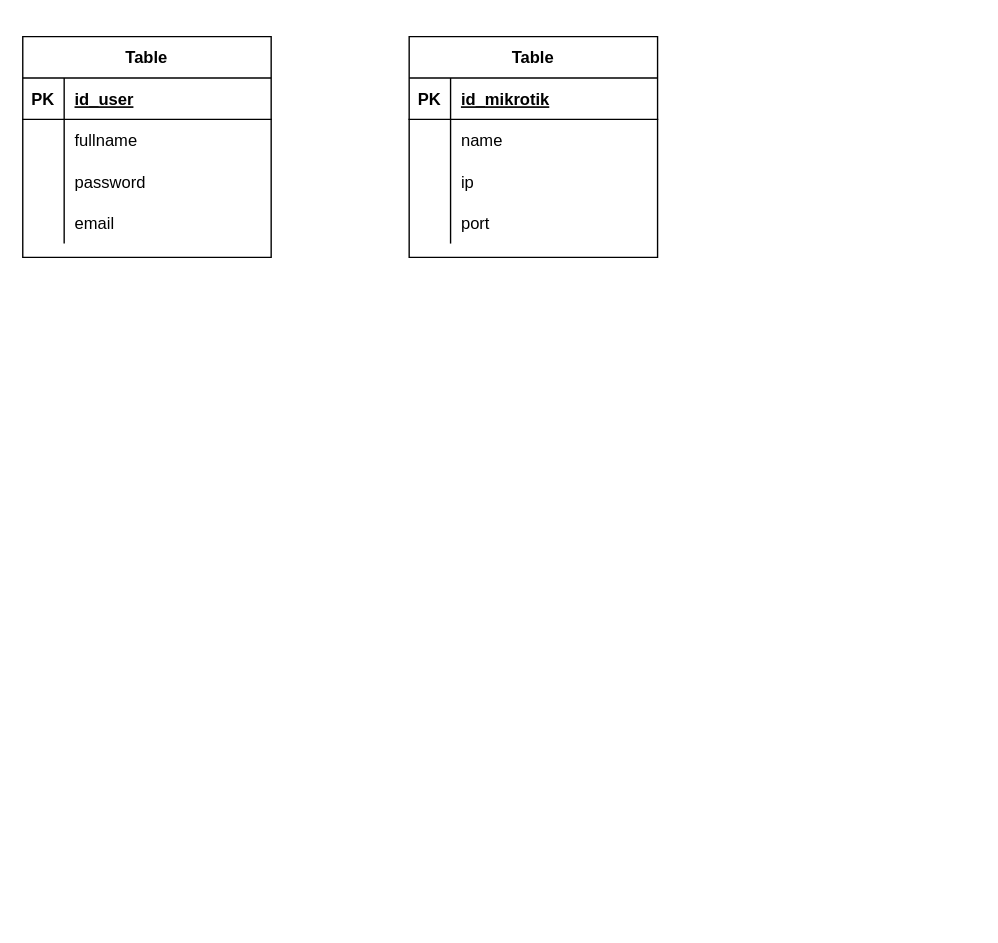
Above: Untitled Diagram.drawio in ajisetiaji101/learn_html (draw.io), before the change. Source tidied: cells renumbered, new cells numbered last; positions are measured from the earlier drawing's top-left corner, leaving out a move shared by most shapes. Both pictures are drawn from the tidied source at 138%, with x=0, y=0 at pixel (22, 36).
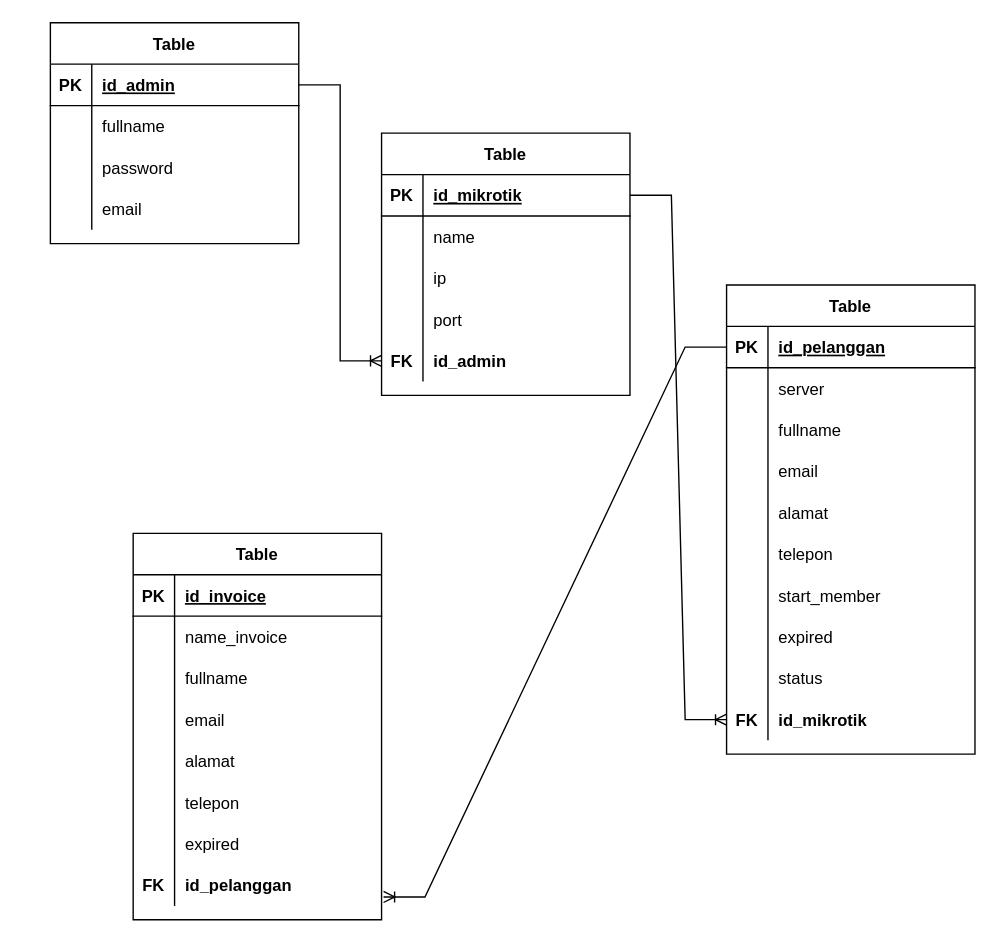
After the change.

Unchanged cells that the change refers to:
```xml
<mxCell id="3" style="shape=tableRow;horizontal=0;startSize=0;swimlaneHead=0;swimlaneBody=0;fillColor=none;points=[[0,0.5],[1,0.5]];portConstraint=eastwest;top=0;left=0;right=0;bottom=1;" parent="2" vertex="1">
  <mxGeometry y="30" width="180" height="30" as="geometry" />
</mxCell>
<mxCell id="16" style="shape=tableRow;horizontal=0;startSize=0;swimlaneHead=0;swimlaneBody=0;fillColor=none;points=[[0,0.5],[1,0.5]];portConstraint=eastwest;top=0;left=0;right=0;bottom=1;" parent="15" vertex="1">
  <mxGeometry y="30" width="180" height="30" as="geometry" />
</mxCell>
```

What changed in the source:
```diff
@@
     <mxCell id="2" value="Table" style="shape=table;startSize=30;childLayout=tableLayout;rowLines=0;fontStyle=1;align=center;" parent="1" vertex="1">
-      <mxGeometry width="180" height="160" as="geometry" />
+      <mxGeometry x="20" y="-10" width="180" height="160" as="geometry" />
     </mxCell>
@@
-    <mxCell id="5" value="id_user" style="shape=partialRectangle;fillColor=none;top=0;left=0;bottom=0;right=0;align=left;spacingLeft=6;fontStyle=5;overflow=hidden;" parent="3" vertex="1">
+    <mxCell id="5" value="id_admin" style="shape=partialRectangle;fillColor=none;top=0;left=0;bottom=0;right=0;align=left;spacingLeft=6;fontStyle=5;overflow=hidden;" parent="3" vertex="1">
       <mxGeometry x="30" width="150" height="30" as="geometry" />
     </mxCell>
@@
     <mxCell id="15" value="Table" style="shape=table;startSize=30;childLayout=tableLayout;rowLines=0;fontStyle=1;align=center;" parent="1" vertex="1">
-      <mxGeometry x="280" width="180" height="160" as="geometry" />
+      <mxGeometry x="260" y="70" width="180" height="190" as="geometry" />
     </mxCell>
@@
+    <mxCell id="28" style="shape=tableRow;horizontal=0;startSize=0;swimlaneHead=0;swimlaneBody=0;fillColor=none;points=[[0,0.5],[1,0.5]];portConstraint=eastwest;top=0;left=0;right=0;bottom=0;" parent="15" vertex="1">
+      <mxGeometry y="150" width="180" height="30" as="geometry" />
+    </mxCell>
+    <mxCell id="29" value="FK" style="shape=partialRectangle;fillColor=none;top=0;left=0;bottom=0;right=0;overflow=hidden;fontStyle=1;" parent="28" vertex="1">
+      <mxGeometry width="30" height="30" as="geometry" />
+    </mxCell>
+    <mxCell id="30" value="id_admin" style="shape=partialRectangle;fillColor=none;top=0;left=0;bottom=0;right=0;align=left;spacingLeft=6;overflow=hidden;fontStyle=1;" parent="28" vertex="1">
+      <mxGeometry x="30" width="150" height="30" as="geometry" />
+    </mxCell>
+    <mxCell id="31" style="edgeStyle=entityRelationEdgeStyle;fontSize=12;html=1;endArrow=ERoneToMany;rounded=0;entryX=0;entryY=0.5;entryDx=0;entryDy=0;exitX=1;exitY=0.5;exitDx=0;exitDy=0;" parent="1" edge="1" source="3" target="28">
+      <mxGeometry relative="1" as="geometry" />
+    </mxCell>
+    <mxCell id="32" value="Table" style="shape=table;startSize=30;childLayout=tableLayout;rowLines=0;fontStyle=1;align=center;" parent="1" vertex="1">
+      <mxGeometry x="510" y="180" width="180" height="340" as="geometry" />
+    </mxCell>
+    <mxCell id="33" style="shape=tableRow;horizontal=0;startSize=0;swimlaneHead=0;swimlaneBody=0;fillColor=none;points=[[0,0.5],[1,0.5]];portConstraint=eastwest;top=0;left=0;right=0;bottom=1;" parent="32" vertex="1">
+      <mxGeometry y="30" width="180" height="30" as="geometry" />
+    </mxCell>
+    <mxCell id="34" value="PK" style="shape=partialRectangle;fillColor=none;top=0;left=0;bottom=0;right=0;fontStyle=1;overflow=hidden;" parent="33" vertex="1">
+      <mxGeometry width="30" height="30" as="geometry" />
+    </mxCell>
+    <mxCell id="35" value="id_pelanggan" style="shape=partialRectangle;fillColor=none;top=0;left=0;bottom=0;right=0;align=left;spacingLeft=6;fontStyle=5;overflow=hidden;" parent="33" vertex="1">
+      <mxGeometry x="30" width="150" height="30" as="geometry" />
+    </mxCell>
+    <mxCell id="36" style="shape=tableRow;horizontal=0;startSize=0;swimlaneHead=0;swimlaneBody=0;fillColor=none;top=0;left=0;right=0;bottom=0;" parent="32" vertex="1">
+      <mxGeometry y="60" width="180" height="30" as="geometry" />
+    </mxCell>
+    <mxCell id="37" style="shape=partialRectangle;fillColor=none;top=0;left=0;bottom=0;right=0;overflow=hidden;" parent="36" vertex="1">
+      <mxGeometry width="30" height="30" as="geometry" />
+    </mxCell>
+    <mxCell id="38" value="server" style="shape=partialRectangle;fillColor=none;top=0;left=0;bottom=0;right=0;align=left;spacingLeft=6;overflow=hidden;" parent="36" vertex="1">
+      <mxGeometry x="30" width="150" height="30" as="geometry" />
+    </mxCell>
+    <mxCell id="39" style="shape=tableRow;horizontal=0;startSize=0;swimlaneHead=0;swimlaneBody=0;fillColor=none;top=0;left=0;right=0;bottom=0;" parent="32" vertex="1">
+      <mxGeometry y="90" width="180" height="30" as="geometry" />
+    </mxCell>
+    <mxCell id="40" style="shape=partialRectangle;fillColor=none;top=0;left=0;bottom=0;right=0;overflow=hidden;" parent="39" vertex="1">
+      <mxGeometry width="30" height="30" as="geometry" />
+    </mxCell>
+    <mxCell id="41" value="fullname" style="shape=partialRectangle;fillColor=none;top=0;left=0;bottom=0;right=0;align=left;spacingLeft=6;overflow=hidden;" parent="39" vertex="1">
+      <mxGeometry x="30" width="150" height="30" as="geometry" />
+    </mxCell>
+    <mxCell id="42" style="shape=tableRow;horizontal=0;startSize=0;swimlaneHead=0;swimlaneBody=0;fillColor=none;top=0;left=0;right=0;bottom=0;" parent="32" vertex="1">
+      <mxGeometry y="120" width="180" height="30" as="geometry" />
+    </mxCell>
+    <mxCell id="43" style="shape=partialRectangle;fillColor=none;top=0;left=0;bottom=0;right=0;overflow=hidden;" parent="42" vertex="1">
+      <mxGeometry width="30" height="30" as="geometry" />
+    </mxCell>
+    <mxCell id="44" value="email" style="shape=partialRectangle;fillColor=none;top=0;left=0;bottom=0;right=0;align=left;spacingLeft=6;overflow=hidden;" parent="42" vertex="1">
+      <mxGeometry x="30" width="150" height="30" as="geometry" />
+    </mxCell>
+    <mxCell id="45" style="shape=tableRow;horizontal=0;startSize=0;swimlaneHead=0;swimlaneBody=0;fillColor=none;top=0;left=0;right=0;bottom=0;" parent="32" vertex="1">
+      <mxGeometry y="150" width="180" height="30" as="geometry" />
+    </mxCell>
+    <mxCell id="46" style="shape=partialRectangle;fillColor=none;top=0;left=0;bottom=0;right=0;overflow=hidden;" parent="45" vertex="1">
+      <mxGeometry width="30" height="30" as="geometry" />
+    </mxCell>
+    <mxCell id="47" value="alamat" style="shape=partialRectangle;fillColor=none;top=0;left=0;bottom=0;right=0;align=left;spacingLeft=6;overflow=hidden;" parent="45" vertex="1">
+      <mxGeometry x="30" width="150" height="30" as="geometry" />
+    </mxCell>
+    <mxCell id="48" style="shape=tableRow;horizontal=0;startSize=0;swimlaneHead=0;swimlaneBody=0;fillColor=none;top=0;left=0;right=0;bottom=0;" parent="32" vertex="1">
+      <mxGeometry y="180" width="180" height="30" as="geometry" />
+    </mxCell>
+    <mxCell id="49" style="shape=partialRectangle;fillColor=none;top=0;left=0;bottom=0;right=0;overflow=hidden;" parent="48" vertex="1">
+      <mxGeometry width="30" height="30" as="geometry" />
+    </mxCell>
+    <mxCell id="50" value="telepon" style="shape=partialRectangle;fillColor=none;top=0;left=0;bottom=0;right=0;align=left;spacingLeft=6;overflow=hidden;" parent="48" vertex="1">
+      <mxGeometry x="30" width="150" height="30" as="geometry" />
+    </mxCell>
+    <mxCell id="51" style="shape=tableRow;horizontal=0;startSize=0;swimlaneHead=0;swimlaneBody=0;fillColor=none;top=0;left=0;right=0;bottom=0;" parent="32" vertex="1">
+      <mxGeometry y="210" width="180" height="30" as="geometry" />
+    </mxCell>
+    <mxCell id="52" style="shape=partialRectangle;fillColor=none;top=0;left=0;bottom=0;right=0;overflow=hidden;" parent="51" vertex="1">
+      <mxGeometry width="30" height="30" as="geometry" />
+    </mxCell>
+    <mxCell id="53" value="start_member" style="shape=partialRectangle;fillColor=none;top=0;left=0;bottom=0;right=0;align=left;spacingLeft=6;overflow=hidden;" parent="51" vertex="1">
+      <mxGeometry x="30" width="150" height="30" as="geometry" />
+    </mxCell>
+    <mxCell id="54" style="shape=tableRow;horizontal=0;startSize=0;swimlaneHead=0;swimlaneBody=0;fillColor=none;top=0;left=0;right=0;bottom=0;" parent="32" vertex="1">
+      <mxGeometry y="240" width="180" height="30" as="geometry" />
+    </mxCell>
+    <mxCell id="55" style="shape=partialRectangle;fillColor=none;top=0;left=0;bottom=0;right=0;overflow=hidden;" parent="54" vertex="1">
+      <mxGeometry width="30" height="30" as="geometry" />
+    </mxCell>
+    <mxCell id="56" value="expired" style="shape=partialRectangle;fillColor=none;top=0;left=0;bottom=0;right=0;align=left;spacingLeft=6;overflow=hidden;" parent="54" vertex="1">
+      <mxGeometry x="30" width="150" height="30" as="geometry" />
+    </mxCell>
+    <mxCell id="57" style="shape=tableRow;horizontal=0;startSize=0;swimlaneHead=0;swimlaneBody=0;fillColor=none;top=0;left=0;right=0;bottom=0;" parent="32" vertex="1">
+      <mxGeometry y="270" width="180" height="30" as="geometry" />
+    </mxCell>
+    <mxCell id="58" style="shape=partialRectangle;fillColor=none;top=0;left=0;bottom=0;right=0;overflow=hidden;" parent="57" vertex="1">
+      <mxGeometry width="30" height="30" as="geometry" />
+    </mxCell>
+    <mxCell id="59" value="status" style="shape=partialRectangle;fillColor=none;top=0;left=0;bottom=0;right=0;align=left;spacingLeft=6;overflow=hidden;" parent="57" vertex="1">
+      <mxGeometry x="30" width="150" height="30" as="geometry" />
+    </mxCell>
+    <mxCell id="60" style="shape=tableRow;horizontal=0;startSize=0;swimlaneHead=0;swimlaneBody=0;fillColor=none;points=[[0,0.5],[1,0.5]];portConstraint=eastwest;top=0;left=0;right=0;bottom=0;" parent="32" vertex="1">
+      <mxGeometry y="300" width="180" height="30" as="geometry" />
+    </mxCell>
+    <mxCell id="61" value="FK" style="shape=partialRectangle;fillColor=none;top=0;left=0;bottom=0;right=0;overflow=hidden;fontStyle=1;" parent="60" vertex="1">
+      <mxGeometry width="30" height="30" as="geometry" />
+    </mxCell>
+    <mxCell id="62" value="id_mikrotik" style="shape=partialRectangle;fillColor=none;top=0;left=0;bottom=0;right=0;align=left;spacingLeft=6;overflow=hidden;fontStyle=1;" parent="60" vertex="1">
+      <mxGeometry x="30" width="150" height="30" as="geometry" />
+    </mxCell>
+    <mxCell id="63" style="edgeStyle=entityRelationEdgeStyle;fontSize=12;html=1;endArrow=ERoneToMany;rounded=0;entryX=0;entryY=0.5;entryDx=0;entryDy=0;exitX=1;exitY=0.5;exitDx=0;exitDy=0;" parent="1" edge="1" source="16" target="60">
+      <mxGeometry relative="1" as="geometry" />
+    </mxCell>
+    <mxCell id="64" value="Table" style="shape=table;startSize=30;childLayout=tableLayout;rowLines=0;fontStyle=1;align=center;" parent="1" vertex="1">
+      <mxGeometry x="80" y="360" width="180" height="280" as="geometry" />
+    </mxCell>
+    <mxCell id="65" style="shape=tableRow;horizontal=0;startSize=0;swimlaneHead=0;swimlaneBody=0;fillColor=none;top=0;left=0;right=0;bottom=1;" parent="64" vertex="1">
+      <mxGeometry y="30" width="180" height="30" as="geometry" />
+    </mxCell>
+    <mxCell id="66" value="PK" style="shape=partialRectangle;fillColor=none;top=0;left=0;bottom=0;right=0;fontStyle=1;overflow=hidden;" parent="65" vertex="1">
+      <mxGeometry width="30" height="30" as="geometry" />
+    </mxCell>
+    <mxCell id="67" value="id_invoice" style="shape=partialRectangle;fillColor=none;top=0;left=0;bottom=0;right=0;align=left;spacingLeft=6;fontStyle=5;overflow=hidden;" parent="65" vertex="1">
+      <mxGeometry x="30" width="150" height="30" as="geometry" />
+    </mxCell>
+    <mxCell id="68" style="shape=tableRow;horizontal=0;startSize=0;swimlaneHead=0;swimlaneBody=0;fillColor=none;top=0;left=0;right=0;bottom=0;" parent="64" vertex="1">
+      <mxGeometry y="60" width="180" height="30" as="geometry" />
+    </mxCell>
+    <mxCell id="69" style="shape=partialRectangle;fillColor=none;top=0;left=0;bottom=0;right=0;overflow=hidden;" parent="68" vertex="1">
+      <mxGeometry width="30" height="30" as="geometry" />
+    </mxCell>
+    <mxCell id="70" value="name_invoice" style="shape=partialRectangle;fillColor=none;top=0;left=0;bottom=0;right=0;align=left;spacingLeft=6;overflow=hidden;" parent="68" vertex="1">
+      <mxGeometry x="30" width="150" height="30" as="geometry" />
+    </mxCell>
+    <mxCell id="71" style="shape=tableRow;horizontal=0;startSize=0;swimlaneHead=0;swimlaneBody=0;fillColor=none;top=0;left=0;right=0;bottom=0;" parent="64" vertex="1">
+      <mxGeometry y="90" width="180" height="30" as="geometry" />
+    </mxCell>
+    <mxCell id="72" style="shape=partialRectangle;fillColor=none;top=0;left=0;bottom=0;right=0;overflow=hidden;" parent="71" vertex="1">
+      <mxGeometry width="30" height="30" as="geometry" />
+    </mxCell>
+    <mxCell id="73" value="fullname" style="shape=partialRectangle;fillColor=none;top=0;left=0;bottom=0;right=0;align=left;spacingLeft=6;overflow=hidden;" parent="71" vertex="1">
+      <mxGeometry x="30" width="150" height="30" as="geometry" />
+    </mxCell>
+    <mxCell id="74" style="shape=tableRow;horizontal=0;startSize=0;swimlaneHead=0;swimlaneBody=0;fillColor=none;top=0;left=0;right=0;bottom=0;" parent="64" vertex="1">
+      <mxGeometry y="120" width="180" height="30" as="geometry" />
+    </mxCell>
+    <mxCell id="75" style="shape=partialRectangle;fillColor=none;top=0;left=0;bottom=0;right=0;overflow=hidden;" parent="74" vertex="1">
+      <mxGeometry width="30" height="30" as="geometry" />
+    </mxCell>
+    <mxCell id="76" value="email" style="shape=partialRectangle;fillColor=none;top=0;left=0;bottom=0;right=0;align=left;spacingLeft=6;overflow=hidden;" parent="74" vertex="1">
+      <mxGeometry x="30" width="150" height="30" as="geometry" />
+    </mxCell>
+    <mxCell id="77" style="shape=tableRow;horizontal=0;startSize=0;swimlaneHead=0;swimlaneBody=0;fillColor=none;top=0;left=0;right=0;bottom=0;" parent="64" vertex="1">
+      <mxGeometry y="150" width="180" height="30" as="geometry" />
+    </mxCell>
+    <mxCell id="78" style="shape=partialRectangle;fillColor=none;top=0;left=0;bottom=0;right=0;overflow=hidden;" parent="77" vertex="1">
+      <mxGeometry width="30" height="30" as="geometry" />
+    </mxCell>
+    <mxCell id="79" value="alamat" style="shape=partialRectangle;fillColor=none;top=0;left=0;bottom=0;right=0;align=left;spacingLeft=6;overflow=hidden;" parent="77" vertex="1">
+      <mxGeometry x="30" width="150" height="30" as="geometry" />
+    </mxCell>
+    <mxCell id="80" style="shape=tableRow;horizontal=0;startSize=0;swimlaneHead=0;swimlaneBody=0;fillColor=none;top=0;left=0;right=0;bottom=0;" parent="64" vertex="1">
+      <mxGeometry y="180" width="180" height="30" as="geometry" />
+    </mxCell>
+    <mxCell id="81" style="shape=partialRectangle;fillColor=none;top=0;left=0;bottom=0;right=0;overflow=hidden;" parent="80" vertex="1">
+      <mxGeometry width="30" height="30" as="geometry" />
+    </mxCell>
+    <mxCell id="82" value="telepon" style="shape=partialRectangle;fillColor=none;top=0;left=0;bottom=0;right=0;align=left;spacingLeft=6;overflow=hidden;" parent="80" vertex="1">
+      <mxGeometry x="30" width="150" height="30" as="geometry" />
+    </mxCell>
+    <mxCell id="83" style="shape=tableRow;horizontal=0;startSize=0;swimlaneHead=0;swimlaneBody=0;fillColor=none;top=0;left=0;right=0;bottom=0;" parent="64" vertex="1">
+      <mxGeometry y="210" width="180" height="30" as="geometry" />
+    </mxCell>
+    <mxCell id="84" style="shape=partialRectangle;fillColor=none;top=0;left=0;bottom=0;right=0;overflow=hidden;" parent="83" vertex="1">
+      <mxGeometry width="30" height="30" as="geometry" />
+    </mxCell>
+    <mxCell id="85" value="expired" style="shape=partialRectangle;fillColor=none;top=0;left=0;bottom=0;right=0;align=left;spacingLeft=6;overflow=hidden;" parent="83" vertex="1">
+      <mxGeometry x="30" width="150" height="30" as="geometry" />
+    </mxCell>
+    <mxCell id="86" style="shape=tableRow;horizontal=0;startSize=0;swimlaneHead=0;swimlaneBody=0;fillColor=none;points=[[0,0.5],[1,0.5]];portConstraint=eastwest;top=0;left=0;right=0;bottom=0;" parent="64" vertex="1">
+      <mxGeometry y="240" width="180" height="30" as="geometry" />
+    </mxCell>
+    <mxCell id="87" value="FK" style="shape=partialRectangle;fillColor=none;top=0;left=0;bottom=0;right=0;overflow=hidden;fontStyle=1;" parent="86" vertex="1">
+      <mxGeometry width="30" height="30" as="geometry" />
+    </mxCell>
+    <mxCell id="88" value="id_pelanggan" style="shape=partialRectangle;fillColor=none;top=0;left=0;bottom=0;right=0;align=left;spacingLeft=6;overflow=hidden;fontStyle=1;" parent="86" vertex="1">
+      <mxGeometry x="30" width="150" height="30" as="geometry" />
+    </mxCell>
+    <mxCell id="89" style="edgeStyle=entityRelationEdgeStyle;fontSize=12;html=1;endArrow=ERoneToMany;rounded=0;exitX=0;exitY=0.5;exitDx=0;exitDy=0;entryX=1.008;entryY=0.783;entryDx=0;entryDy=0;entryPerimeter=0;" parent="1" edge="1" source="33" target="86">
+      <mxGeometry relative="1" as="geometry" />
+    </mxCell>
```
